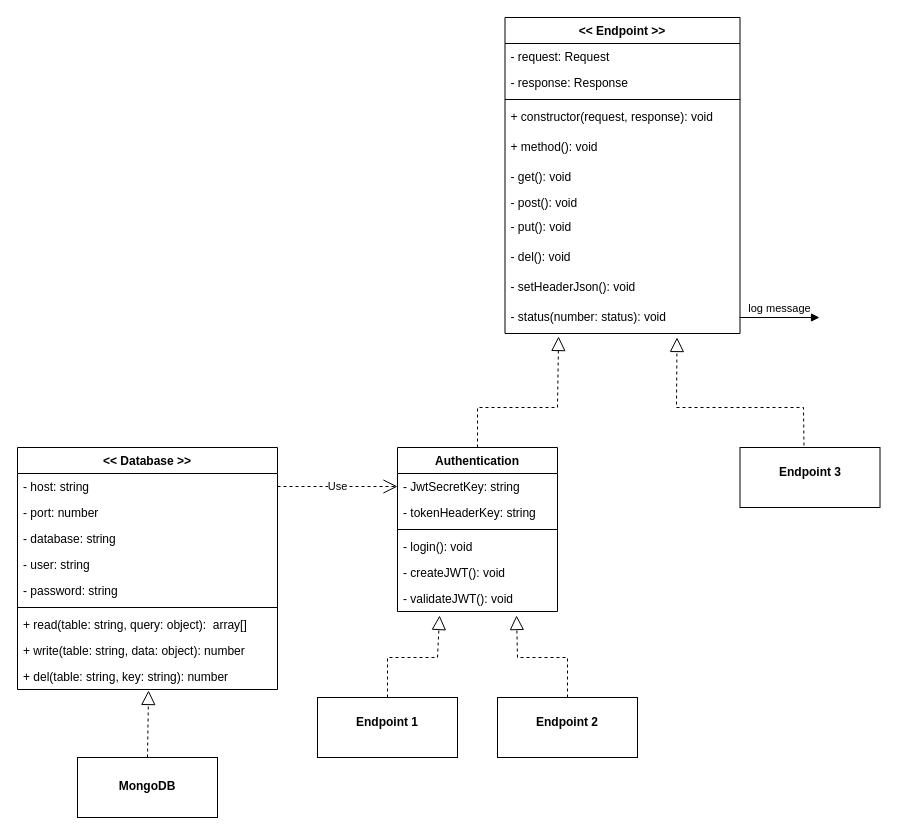
syr0s/tubester-restful-api keeps this draw.io diagram as docs/endpoints.drawio. Above is the earlier version. Source tidied: cells renumbered, new cells numbered last; positions are measured from the earlier drawing's top-left corner, leaving out a move shared by most shapes. Both pictures are drawn from the tidied source at 100%, with x=0, y=0 at pixel (17, 17).
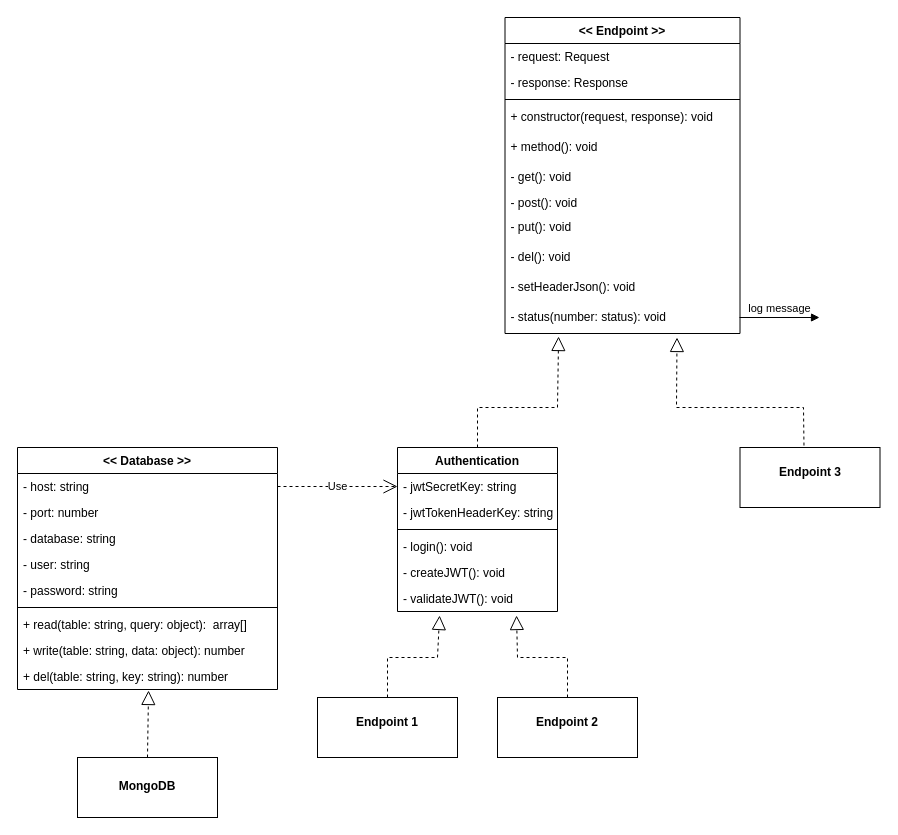
The same page after the edit.

The change refers to these unchanged cells:
```xml
<mxCell id="19" value="Authentication" style="swimlane;fontStyle=1;align=center;verticalAlign=top;horizontal=1;startSize=26;" parent="1" vertex="1">
  <mxGeometry x="380" y="430" width="160" height="164" as="geometry" />
</mxCell>
```

Change to the diagram source:
```diff
@@
-    <mxCell id="20" value="- JwtSecretKey: string" style="text;strokeColor=none;fillColor=none;align=left;verticalAlign=top;spacingLeft=4;spacingRight=4;overflow=hidden;points=[[0,0.5],[1,0.5]];portConstraint=eastwest;" parent="19" vertex="1">
+    <mxCell id="20" value="- jwtSecretKey: string" style="text;strokeColor=none;fillColor=none;align=left;verticalAlign=top;spacingLeft=4;spacingRight=4;overflow=hidden;points=[[0,0.5],[1,0.5]];portConstraint=eastwest;" parent="19" vertex="1">
       <mxGeometry y="26" width="160" height="26" as="geometry" />
     </mxCell>
-    <mxCell id="21" value="- tokenHeaderKey: string" style="text;strokeColor=none;fillColor=none;align=left;verticalAlign=top;spacingLeft=4;spacingRight=4;overflow=hidden;" parent="19" vertex="1">
+    <mxCell id="21" value="- jwtTokenHeaderKey: string" style="text;strokeColor=none;fillColor=none;align=left;verticalAlign=top;spacingLeft=4;spacingRight=4;overflow=hidden;" parent="19" vertex="1">
       <mxGeometry y="52" width="160" height="26" as="geometry" />
     </mxCell>
```
